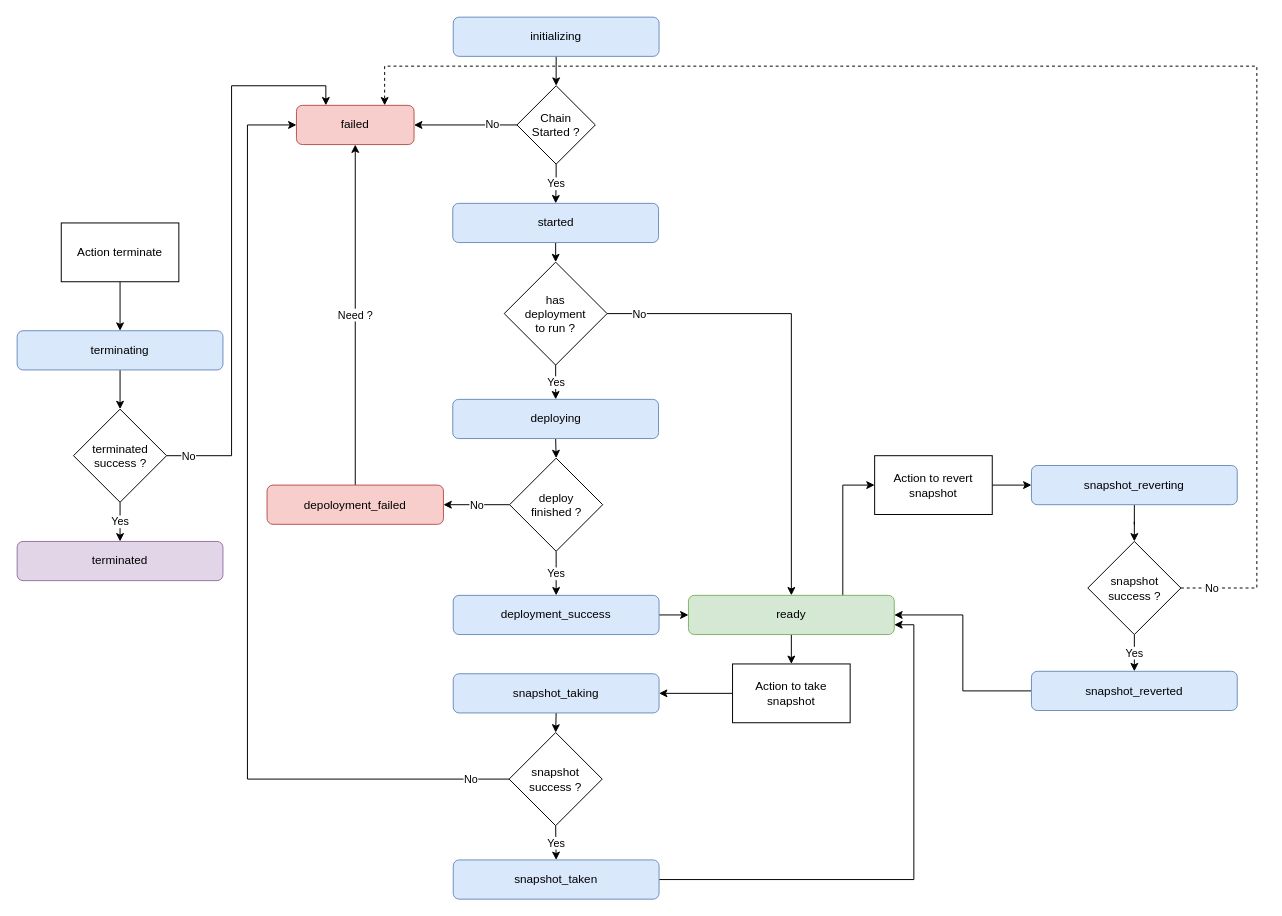
makerdao/staxx keeps this draw.io diagram as architecture/ChainStatuses_diagram.drawio. Above is the earlier version. Source tidied: cells renumbered, new cells numbered last; positions are measured from the earlier drawing's top-left corner, leaving out a move shared by most shapes. Both pictures are drawn from the tidied source at 98%, with x=0, y=0 at pixel (17, 17).
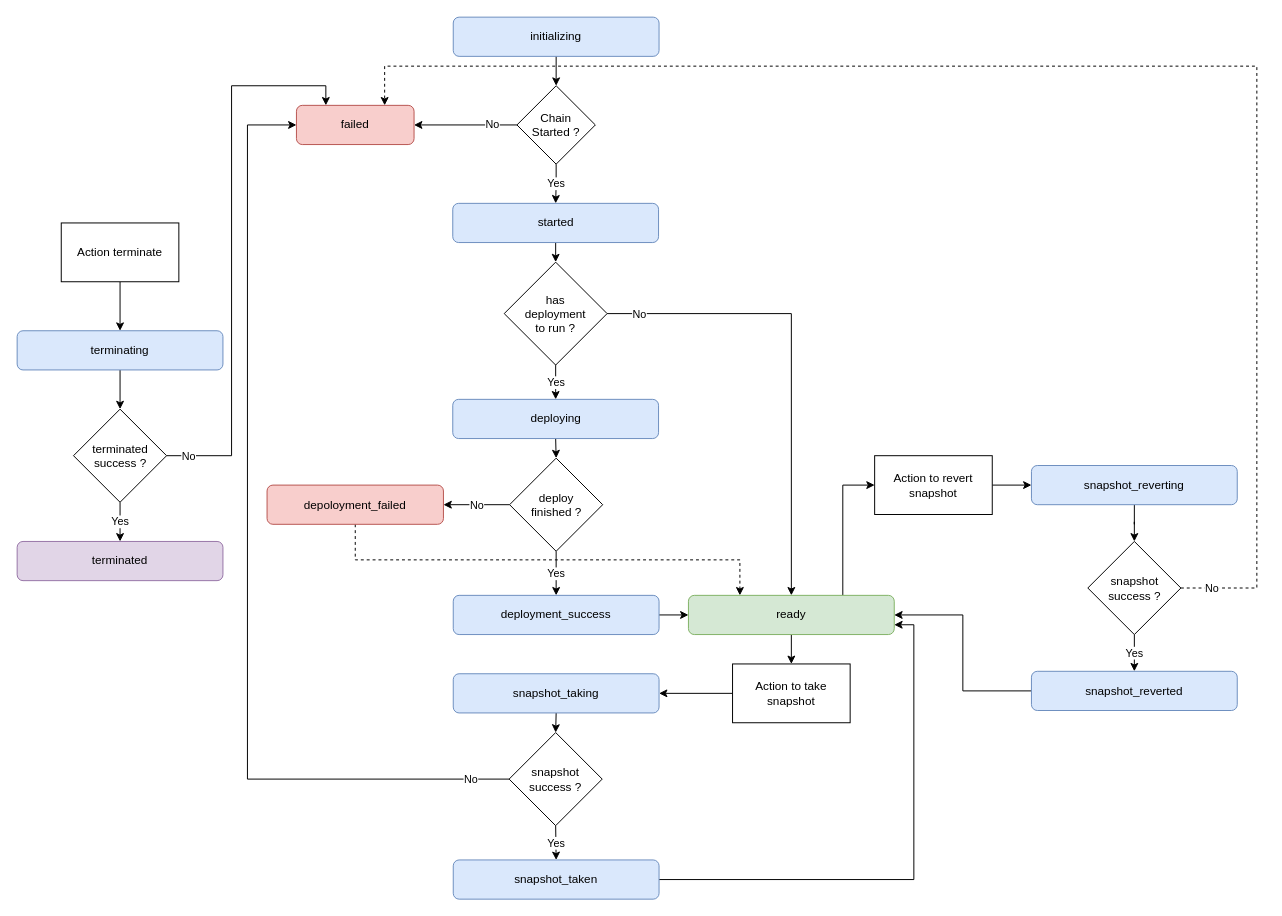
Above is the later version.

Unchanged cells that the change refers to:
```xml
<mxCell id="4" value="failed" style="rounded=1;whiteSpace=wrap;html=1;fillColor=#f8cecc;strokeColor=#b85450;" parent="1" vertex="1">
  <mxGeometry x="285" y="90" width="120" height="40" as="geometry" />
</mxCell>
<mxCell id="14" value="ready" style="rounded=1;whiteSpace=wrap;html=1;fillColor=#d5e8d4;strokeColor=#82b366;" parent="1" vertex="1">
  <mxGeometry x="685" y="590" width="210" height="40" as="geometry" />
</mxCell>
<mxCell id="21" value="depoloyment_failed" style="rounded=1;whiteSpace=wrap;html=1;fillColor=#f8cecc;strokeColor=#b85450;" parent="1" vertex="1">
  <mxGeometry x="255" y="477.5" width="180" height="40" as="geometry" />
</mxCell>
```

Change to the diagram source:
```diff
@@
-    <mxCell id="20" value="Need ?" style="edgeStyle=orthogonalEdgeStyle;rounded=0;jettySize=auto;html=1;exitX=0.5;exitY=0;exitDx=0;exitDy=0;entryX=0.5;entryY=1;entryDx=0;entryDy=0;" parent="1" edge="1" source="21" target="4">
-      <mxGeometry relative="1" as="geometry" />
-    </mxCell>
+    <mxCell id="51" style="edgeStyle=orthogonalEdgeStyle;rounded=0;jettySize=auto;html=1;exitX=0.5;exitY=1;exitDx=0;exitDy=0;entryX=0.25;entryY=0;entryDx=0;entryDy=0;dashed=1;" parent="1" edge="1" source="21" target="14">
+      <mxGeometry relative="1" as="geometry" />
+    </mxCell>
```
